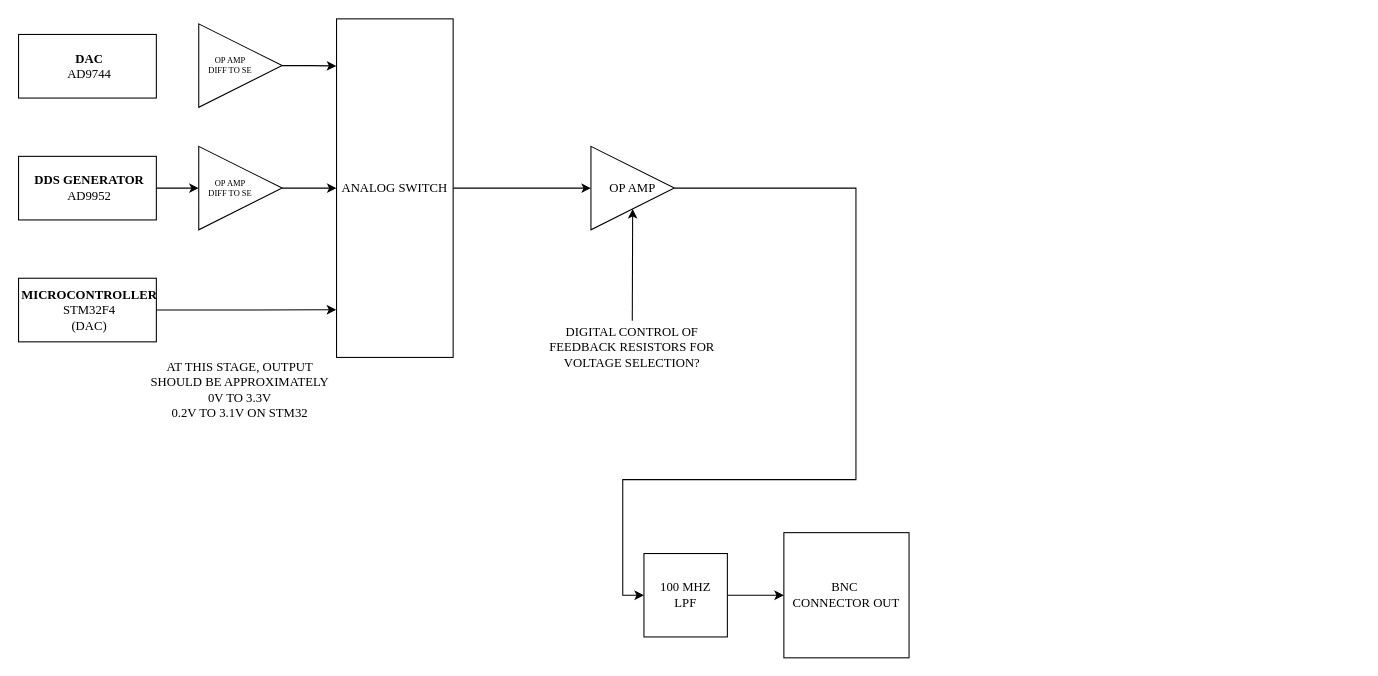
Earlier version of the draw.io diagram page "Signal Conditioning" (4 of 4) of 1_hw/01_block_diagram/arb.drawio (brzyzek/arb). Source tidied: cells renumbered, new cells numbered last; positions are measured from the earlier drawing's top-left corner, leaving out a move shared by most shapes. Both pictures are drawn from the tidied source at 106%, with x=0, y=0 at pixel (18, 18).
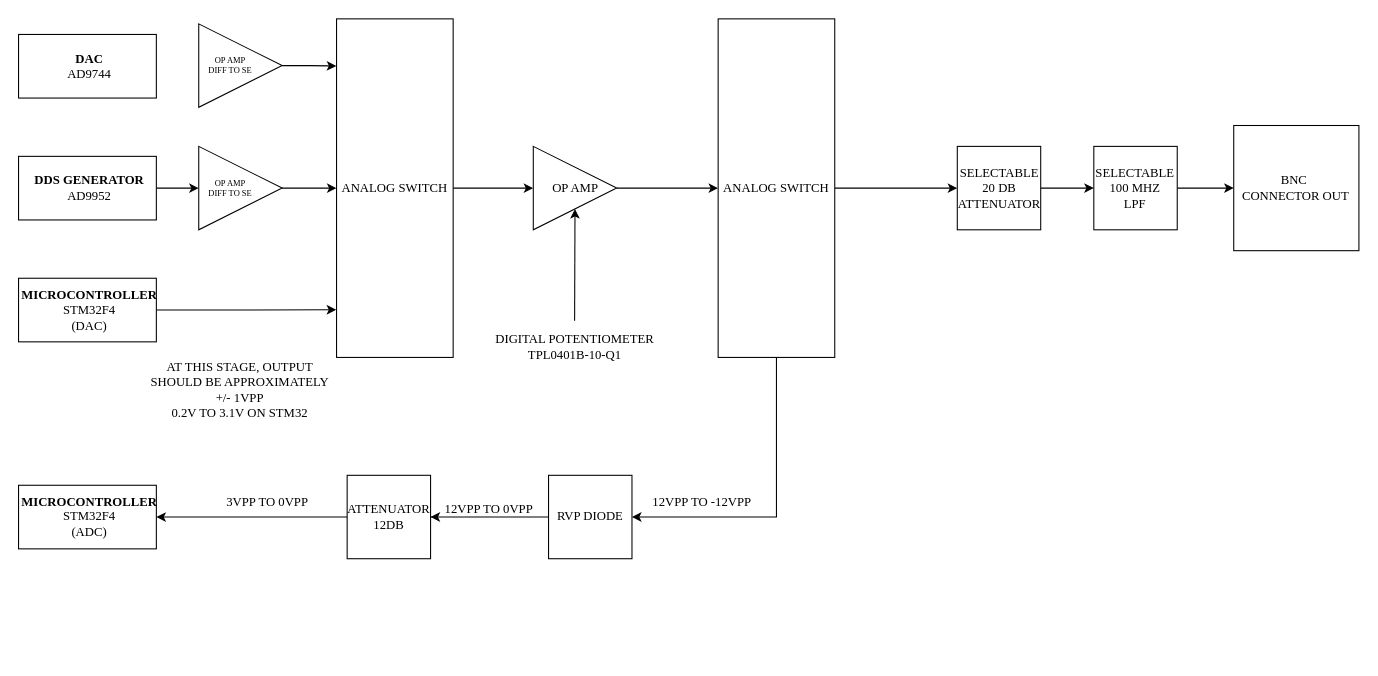
The same diagram, later.

Commit message (it also covers changes not shown here):
FEAT: Added some Amplifier Simulations. Modified Block Diagram Analog Path.

What changed in the source:
```diff
@@
-    <mxCell id="3" style="edgeStyle=orthogonalEdgeStyle;rounded=0;jettySize=auto;html=1;entryX=0;entryY=0.5;entryDx=0;entryDy=0;exitX=1;exitY=0.5;exitDx=0;exitDy=0;" parent="1" edge="1" source="4" target="7">
-      <mxGeometry relative="1" as="geometry">
-        <Array as="points">
-          <mxPoint x="790" y="160" />
-          <mxPoint x="790" y="435" />
-          <mxPoint x="570" y="435" />
-          <mxPoint x="570" y="544" />
-        </Array>
-      </mxGeometry>
-    </mxCell>
+    <mxCell id="21" style="edgeStyle=orthogonalEdgeStyle;rounded=0;jettySize=auto;html=1;" parent="1" edge="1" source="4" target="26">
+      <mxGeometry relative="1" as="geometry" />
+    </mxCell>
     <mxCell id="4" value="OP AMP" style="triangle;whiteSpace=wrap;html=1;fontFamily=Times New Roman;align=center;" parent="1" vertex="1">
-      <mxGeometry x="540" y="120.6" width="78.7" height="78.7" as="geometry" />
+      <mxGeometry x="485.6" y="120.6" width="78.7" height="78.7" as="geometry" />
     </mxCell>
     <mxCell id="5" value="BNC&amp;nbsp;&lt;div&gt;CONNECTOR OUT&lt;/div&gt;" style="rounded=0;whiteSpace=wrap;html=1;fontFamily=Times New Roman;glass=0;shadow=0;" parent="1" vertex="1">
-      <mxGeometry x="722" y="485" width="118.1" height="118.1" as="geometry" />
+      <mxGeometry x="1146.4" y="100.9" width="118.1" height="118.1" as="geometry" />
     </mxCell>
@@
-    <mxCell id="7" value="100 MHZ&lt;div&gt;LPF&lt;/div&gt;" style="rounded=0;whiteSpace=wrap;html=1;fontFamily=Times New Roman;glass=0;shadow=0;" parent="1" vertex="1">
-      <mxGeometry x="590" y="504.7" width="78.7" height="78.7" as="geometry" />
+    <mxCell id="7" value="&lt;div&gt;SELECTABLE&lt;/div&gt;100 MHZ&lt;div&gt;LPF&lt;/div&gt;" style="rounded=0;whiteSpace=wrap;html=1;fontFamily=Times New Roman;glass=0;shadow=0;" parent="1" vertex="1">
+      <mxGeometry x="1014.4" y="120.6" width="78.7" height="78.7" as="geometry" />
     </mxCell>
@@
     <mxCell id="16" style="endArrow=classic;html=1;rounded=0;entryX=0.5;entryY=1;entryDx=0;entryDy=0;" parent="1" edge="1" target="4">
       <mxGeometry relative="1" as="geometry">
-        <mxPoint x="579" y="285" as="sourcePoint" />
+        <mxPoint x="524.6" y="285" as="sourcePoint" />
       </mxGeometry>
     </mxCell>
-    <mxCell id="17" value="DIGITAL CONTROL OF FEEDBACK RESISTORS FOR VOLTAGE SELECTION?" style="text;strokeColor=none;align=center;fillColor=none;html=1;verticalAlign=middle;whiteSpace=wrap;rounded=0;fontFamily=Times New Roman;" parent="1" vertex="1">
-      <mxGeometry x="484.4" y="295" width="190" height="30" as="geometry" />
+    <mxCell id="17" value="DIGITAL POTENTIOMETER&lt;div&gt;TPL0401B-10-Q1&lt;/div&gt;" style="text;strokeColor=none;align=center;fillColor=none;html=1;verticalAlign=middle;whiteSpace=wrap;rounded=0;fontFamily=Times New Roman;" parent="1" vertex="1">
+      <mxGeometry x="430" y="295" width="190" height="30" as="geometry" />
     </mxCell>
@@
-    <mxCell id="20" value="AT THIS STAGE, OUTPUT SHOULD BE APPROXIMATELY&lt;div&gt;0V TO 3.3V&lt;/div&gt;&lt;div&gt;0.2V TO 3.1V ON STM32&lt;/div&gt;" style="text;strokeColor=none;align=center;fillColor=none;html=1;verticalAlign=middle;whiteSpace=wrap;rounded=0;fontFamily=Times New Roman;" parent="1" vertex="1">
+    <mxCell id="20" value="AT THIS STAGE, OUTPUT SHOULD BE APPROXIMATELY&lt;div&gt;+/- 1VPP&lt;/div&gt;&lt;div&gt;0.2V TO 3.1V ON STM32&lt;/div&gt;" style="text;strokeColor=none;align=center;fillColor=none;html=1;verticalAlign=middle;whiteSpace=wrap;rounded=0;fontFamily=Times New Roman;" parent="1" vertex="1">
       <mxGeometry x="114.4" y="335" width="190" height="30" as="geometry" />
     </mxCell>
+    <mxCell id="22" style="edgeStyle=orthogonalEdgeStyle;rounded=0;jettySize=auto;html=1;" parent="1" edge="1" source="23" target="7">
+      <mxGeometry relative="1" as="geometry" />
+    </mxCell>
+    <mxCell id="23" value="&lt;div&gt;SELECTABLE&lt;/div&gt;20 DB ATTENUATOR" style="rounded=0;whiteSpace=wrap;html=1;fontFamily=Times New Roman;glass=0;shadow=0;" parent="1" vertex="1">
+      <mxGeometry x="885.6" y="120.6" width="78.7" height="78.7" as="geometry" />
+    </mxCell>
+    <mxCell id="24" style="edgeStyle=orthogonalEdgeStyle;rounded=0;jettySize=auto;html=1;" parent="1" edge="1" source="26" target="23">
+      <mxGeometry relative="1" as="geometry" />
+    </mxCell>
+    <mxCell id="25" style="edgeStyle=orthogonalEdgeStyle;rounded=0;jettySize=auto;html=1;entryX=1;entryY=0.5;entryDx=0;entryDy=0;exitX=0;exitY=0.5;exitDx=0;exitDy=0;" parent="1" edge="1" source="29" target="27">
+      <mxGeometry relative="1" as="geometry">
+        <Array as="points">
+          <mxPoint x="390" y="470.3" />
+        </Array>
+      </mxGeometry>
+    </mxCell>
+    <mxCell id="26" value="ANALOG SWITCH" style="rounded=0;whiteSpace=wrap;html=1;fontFamily=Times New Roman;glass=0;shadow=0;" parent="1" vertex="1">
+      <mxGeometry x="660" y="0.3" width="110" height="319.4" as="geometry" />
+    </mxCell>
+    <mxCell id="27" value="&lt;b&gt;MICROCONTROLLER&lt;br&gt;&lt;/b&gt;STM32F4&lt;div&gt;(ADC)&lt;/div&gt;" style="rounded=0;whiteSpace=wrap;html=1;align=center;verticalAlign=middle;labelPosition=center;verticalLabelPosition=middle;spacing=2;spacingLeft=4;fontFamily=Times New Roman;" parent="1" vertex="1">
+      <mxGeometry y="440.3" width="130" height="60" as="geometry" />
+    </mxCell>
+    <mxCell id="28" style="edgeStyle=orthogonalEdgeStyle;rounded=0;jettySize=auto;html=1;entryX=1;entryY=0.5;entryDx=0;entryDy=0;exitX=0.5;exitY=1;exitDx=0;exitDy=0;" parent="1" edge="1" source="26" target="31">
+      <mxGeometry relative="1" as="geometry" />
+    </mxCell>
+    <mxCell id="29" value="ATTENUATOR&lt;div&gt;&lt;/div&gt;&lt;div&gt;12DB&lt;/div&gt;" style="rounded=0;whiteSpace=wrap;html=1;fontFamily=Times New Roman;glass=0;shadow=0;" parent="1" vertex="1">
+      <mxGeometry x="310" y="430.9" width="78.7" height="78.7" as="geometry" />
+    </mxCell>
+    <mxCell id="30" style="edgeStyle=orthogonalEdgeStyle;rounded=0;jettySize=auto;html=1;" parent="1" edge="1" source="31" target="29">
+      <mxGeometry relative="1" as="geometry" />
+    </mxCell>
+    <mxCell id="31" value="RVP DIODE" style="rounded=0;whiteSpace=wrap;html=1;fontFamily=Times New Roman;glass=0;shadow=0;" parent="1" vertex="1">
+      <mxGeometry x="500" y="430.9" width="78.7" height="78.7" as="geometry" />
+    </mxCell>
+    <mxCell id="32" value="12VPP TO 0VPP" style="text;strokeColor=none;align=center;fillColor=none;html=1;verticalAlign=middle;whiteSpace=wrap;rounded=0;fontFamily=Times New Roman;" parent="1" vertex="1">
+      <mxGeometry x="388.7" y="447.3" width="110" height="31" as="geometry" />
+    </mxCell>
+    <mxCell id="33" value="3VPP TO 0VPP" style="text;strokeColor=none;align=center;fillColor=none;html=1;verticalAlign=middle;whiteSpace=wrap;rounded=0;fontFamily=Times New Roman;" parent="1" vertex="1">
+      <mxGeometry x="180" y="440.3" width="110" height="31" as="geometry" />
+    </mxCell>
+    <mxCell id="34" value="12VPP TO -12VPP" style="text;strokeColor=none;align=center;fillColor=none;html=1;verticalAlign=middle;whiteSpace=wrap;rounded=0;fontFamily=Times New Roman;" parent="1" vertex="1">
+      <mxGeometry x="590" y="440.3" width="110" height="31" as="geometry" />
+    </mxCell>
```
